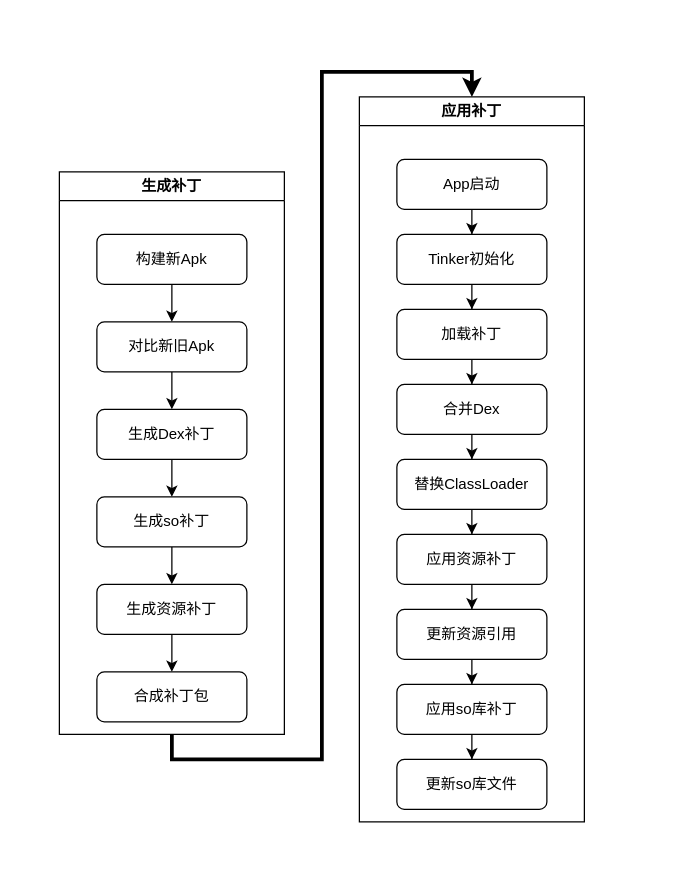
Earlier version of the draw.io diagram Tinker流程图.drawio (Eveninger/draw.io). Source tidied: cells renumbered, new cells numbered last; positions are measured from the earlier drawing's top-left corner, leaving out a move shared by most shapes. Both pictures are drawn from the tidied source at 125%, with x=0, y=0 at pixel (59, 96).
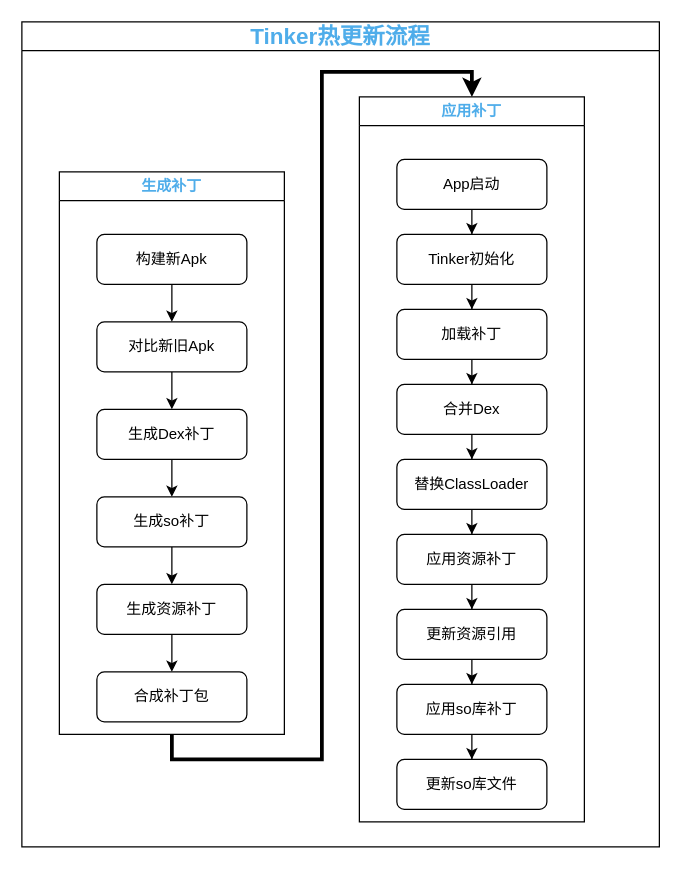
The same diagram, later.

Commit message (it also covers changes not shown here):
更新Tinker流程图.drawio

Unchanged cells that the change refers to:
```xml
<mxCell id="2" style="group;" parent="1" vertex="1">
  <mxGeometry y="60" width="180" height="450" as="geometry" />
</mxCell>
<mxCell id="15" style="group;" parent="1" vertex="1">
  <mxGeometry x="240" width="190" height="610" as="geometry" />
</mxCell>
```

The edit, as a diff of the source:
```diff
@@
-    <mxCell id="3" value="生成补丁" style="swimlane;whiteSpace=wrap;html=1;" parent="2" vertex="1">
+    <mxCell id="3" value="&lt;font color=&quot;#4fadea&quot;&gt;生成补丁&lt;/font&gt;" style="swimlane;whiteSpace=wrap;html=1;" parent="2" vertex="1">
       <mxGeometry width="180" height="450" as="geometry" />
     </mxCell>
@@
-    <mxCell id="16" value="应用补丁" style="swimlane;whiteSpace=wrap;html=1;" parent="15" vertex="1">
+    <mxCell id="16" value="&lt;font color=&quot;#4fadea&quot;&gt;应用补丁&lt;/font&gt;" style="swimlane;whiteSpace=wrap;html=1;" parent="15" vertex="1">
       <mxGeometry width="180" height="580" as="geometry" />
     </mxCell>
@@
+    <mxCell id="35" value="&lt;span style=&quot;font-size: 18px;&quot;&gt;&lt;font color=&quot;#4fadea&quot;&gt;Tinker热更新流程&lt;/font&gt;&lt;/span&gt;" style="swimlane;whiteSpace=wrap;html=1;" parent="1" vertex="1">
+      <mxGeometry x="-30" y="-60" width="510" height="660" as="geometry" />
+    </mxCell>
```
